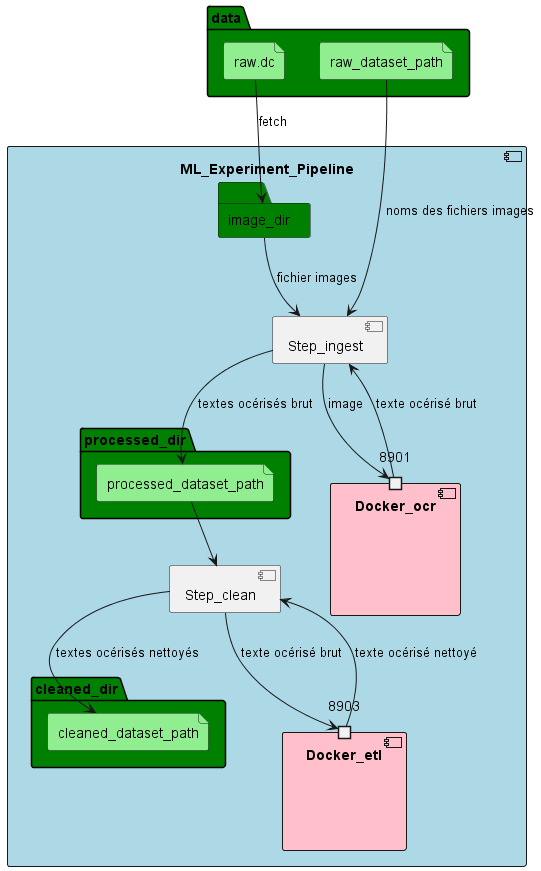
This is report/plantUML_models/out/pipelines/ML_Experiment_Pipeline.png from karned-formation/SEP24-MLOPS-SAKE, a PlantUML export, as it was before one commit.
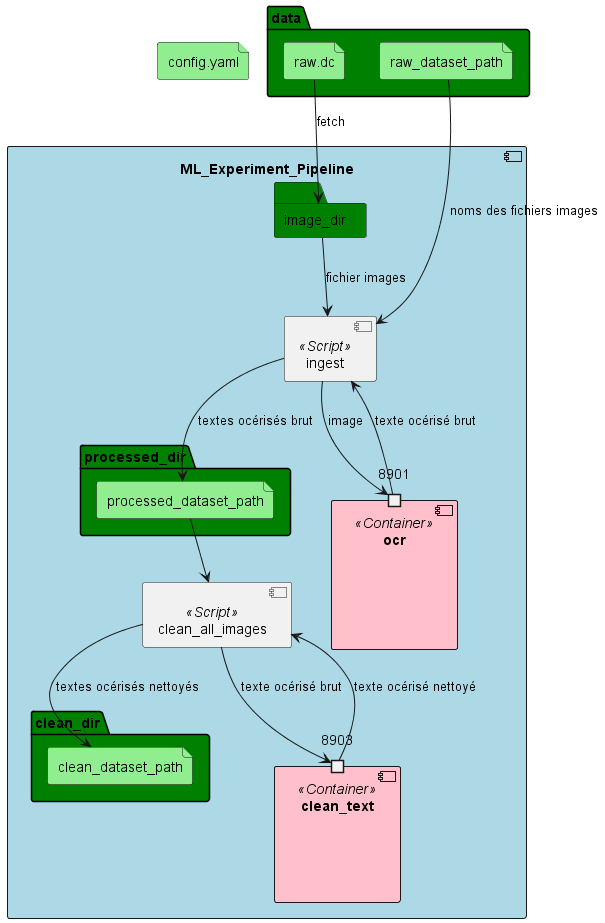
Later version of the same file.

What changed in the source:
```diff
@@ -5,6 +5,7 @@
   file "raw.dc" #lightgreen
   file raw_dataset_path #lightgreen
 }
+file "config.yaml" #lightgreen
 
 [ML_Experiment_Pipeline]
 component ML_Experiment_Pipeline #lightblue {
@@ -14,27 +15,27 @@
     file processed_dataset_path #lightgreen
   }
 
-  folder cleaned_dir #green {
-    file cleaned_dataset_path  #lightgreen
+  folder clean_dir #green {
+    file clean_dataset_path  #lightgreen
     }
 
 
 
-  [Step_ingest]
-  component Step_ingest {
+  [ingest]
+  component ingest  <<Script>> {
   }
 
-  [Docker_ocr]
-  component Docker_ocr #pink {
+  [ocr]
+  component ocr <<Container>> #pink {
     portin 8901
   }
 
-  [Step_clean]
-  component Step_ingest {
+  [clean_all_images]
+  component clean_all_images  <<Script>> {
   }
 
-  [Docker_etl]
-  component Docker_etl  #pink {
+  [clean_text]
+  component clean_text <<Container>> #pink {
     port 8903
   }
 
@@ -47,16 +48,16 @@
 }
 
 [raw.dc] --> image_dir : fetch
-[raw_dataset_path] --> Step_ingest : noms des fichiers images
-image_dir --> Step_ingest : fichier images
-Step_ingest --> 8901 : image
-Step_ingest <-- 8901 : texte océrisé brut
-Step_ingest --> processed_dataset_path : textes océrisés brut
+[raw_dataset_path] --> ingest : noms des fichiers images
+image_dir --> ingest : fichier images
+ingest --> 8901 : image
+ingest <-- 8901 : texte océrisé brut
+ingest --> processed_dataset_path : textes océrisés brut
 
-processed_dataset_path --> Step_clean
-Step_clean --> 8903 : texte océrisé brut
-Step_clean <-- 8903 : texte océrisé nettoyé
-Step_clean --> cleaned_dataset_path : textes océrisés nettoyés
+processed_dataset_path --> clean_all_images
+clean_all_images --> 8903 : texte océrisé brut
+clean_all_images <-- 8903 : texte océrisé nettoyé
+clean_all_images --> clean_dataset_path : textes océrisés nettoyés
 
 
 
```
